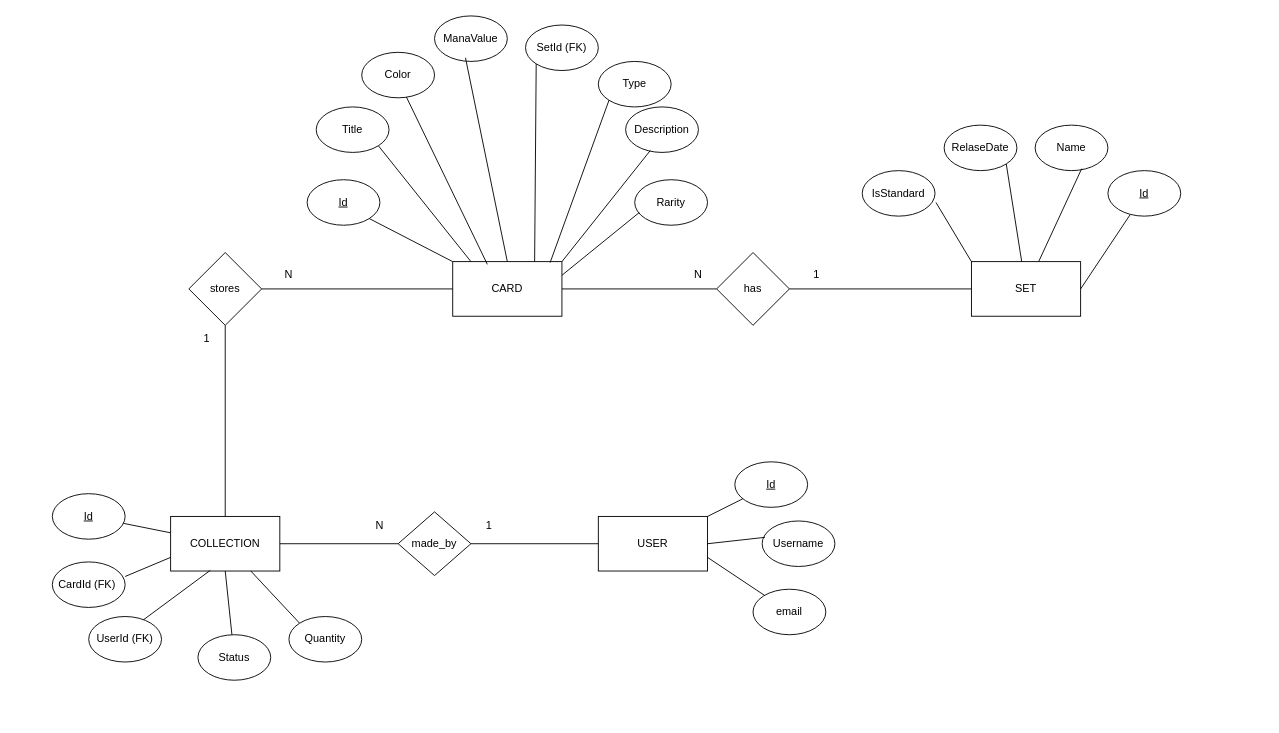
Above: er.drawio in Muurein/projekt-mtg (draw.io), before the change. Source tidied: cells renumbered, new cells numbered last; positions are measured from the earlier drawing's top-left corner, leaving out a move shared by most shapes. Both pictures are drawn from the tidied source at 91%, with x=0, y=0 at pixel (52, 15).
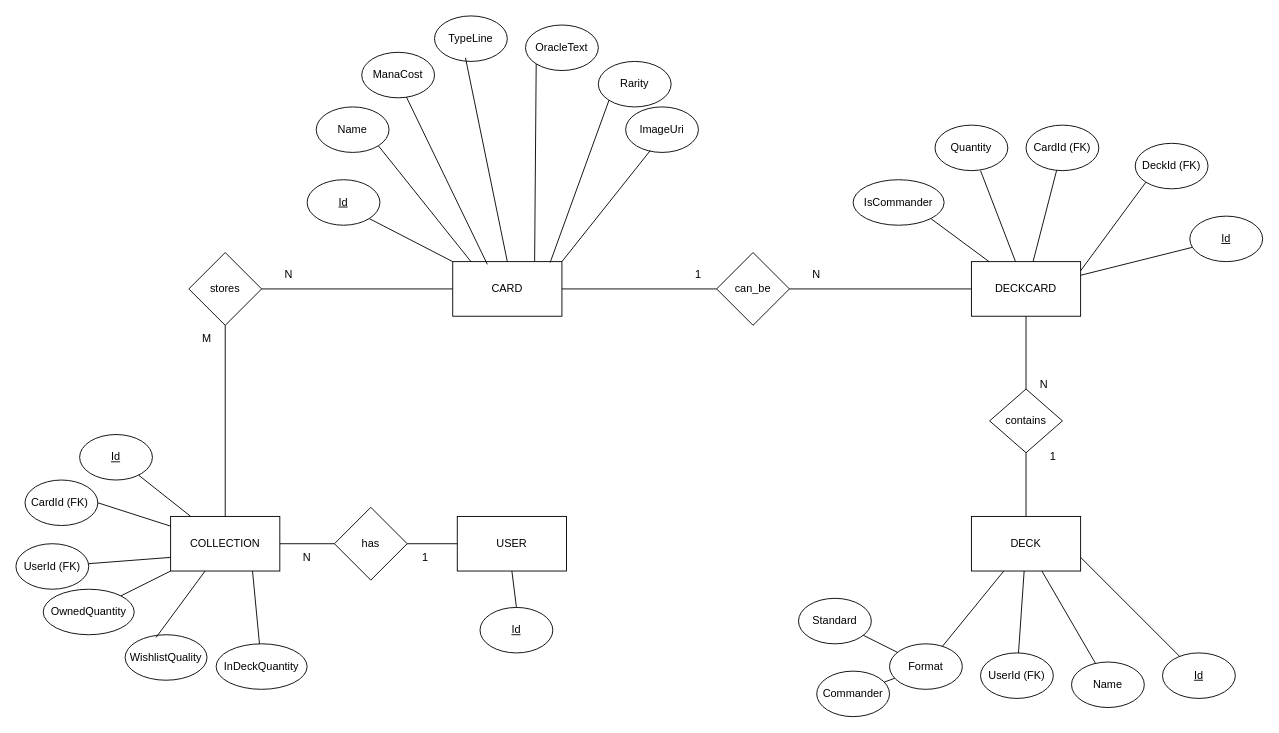
After the change.

Unchanged cells that the change refers to:
```xml
<mxCell id="2" value="CARD" style="rounded=0;whiteSpace=wrap;html=1;" parent="1" vertex="1">
  <mxGeometry x="440" y="270" width="120" height="60" as="geometry" />
</mxCell>
<mxCell id="4" value="COLLECTION" style="rounded=0;whiteSpace=wrap;html=1;" parent="1" vertex="1">
  <mxGeometry x="130" y="550" width="120" height="60" as="geometry" />
</mxCell>
```

The edit, as a diff of the source:
```diff
@@
-    <mxCell id="9" value="1" style="text;html=1;align=center;verticalAlign=middle;whiteSpace=wrap;rounded=0;" parent="1" vertex="1">
+    <mxCell id="9" value="M" style="text;html=1;align=center;verticalAlign=middle;whiteSpace=wrap;rounded=0;" parent="1" vertex="1">
       <mxGeometry x="140" y="340" width="60" height="30" as="geometry" />
     </mxCell>
@@
     <mxCell id="11" value="&lt;u&gt;Id&lt;/u&gt;" style="ellipse;whiteSpace=wrap;html=1;" parent="1" vertex="1">
-      <mxGeometry y="525" width="80" height="50" as="geometry" />
+      <mxGeometry x="30" y="460" width="80" height="50" as="geometry" />
     </mxCell>
-    <mxCell id="12" value="Title" style="ellipse;whiteSpace=wrap;html=1;" parent="1" vertex="1">
+    <mxCell id="12" value="Name" style="ellipse;whiteSpace=wrap;html=1;" parent="1" vertex="1">
       <mxGeometry x="290" y="100" width="80" height="50" as="geometry" />
     </mxCell>
-    <mxCell id="13" value="ManaValue" style="ellipse;whiteSpace=wrap;html=1;" parent="1" vertex="1">
+    <mxCell id="13" value="TypeLine" style="ellipse;whiteSpace=wrap;html=1;" parent="1" vertex="1">
       <mxGeometry x="420" width="80" height="50" as="geometry" />
     </mxCell>
-    <mxCell id="14" value="Color" style="ellipse;whiteSpace=wrap;html=1;" parent="1" vertex="1">
+    <mxCell id="14" value="ManaCost" style="ellipse;whiteSpace=wrap;html=1;" parent="1" vertex="1">
       <mxGeometry x="340" y="40" width="80" height="50" as="geometry" />
     </mxCell>
-    <mxCell id="15" value="SetId (FK)" style="ellipse;whiteSpace=wrap;html=1;" parent="1" vertex="1">
+    <mxCell id="15" value="OracleText" style="ellipse;whiteSpace=wrap;html=1;" parent="1" vertex="1">
       <mxGeometry x="520" y="10" width="80" height="50" as="geometry" />
     </mxCell>
-    <mxCell id="16" value="Description" style="ellipse;whiteSpace=wrap;html=1;" parent="1" vertex="1">
+    <mxCell id="16" value="ImageUri" style="ellipse;whiteSpace=wrap;html=1;" parent="1" vertex="1">
       <mxGeometry x="630" y="100" width="80" height="50" as="geometry" />
     </mxCell>
-    <mxCell id="17" value="Type" style="ellipse;whiteSpace=wrap;html=1;" parent="1" vertex="1">
+    <mxCell id="17" value="Rarity" style="ellipse;whiteSpace=wrap;html=1;" parent="1" vertex="1">
       <mxGeometry x="600" y="50" width="80" height="50" as="geometry" />
     </mxCell>
@@
-    <mxCell id="26" value="Rarity" style="ellipse;whiteSpace=wrap;html=1;" parent="1" vertex="1">
-      <mxGeometry x="640" y="180" width="80" height="50" as="geometry" />
-    </mxCell>
-    <mxCell id="27" style="endArrow=none;html=1;entryX=0.063;entryY=0.72;entryDx=0;entryDy=0;entryPerimeter=0;exitX=1;exitY=0.25;exitDx=0;exitDy=0;" parent="1" edge="1" source="2" target="26">
-      <mxGeometry relative="1" as="geometry" />
-    </mxCell>
-    <mxCell id="28" value="&lt;span style=&quot;color: rgb(0, 0, 0);&quot;&gt;Status&lt;/span&gt;" style="ellipse;whiteSpace=wrap;html=1;" parent="1" vertex="1">
-      <mxGeometry x="160" y="680" width="80" height="50" as="geometry" />
+    <mxCell id="28" value="&lt;span style=&quot;color: rgb(0, 0, 0);&quot;&gt;OwnedQuantity&lt;/span&gt;" style="ellipse;whiteSpace=wrap;html=1;" parent="1" vertex="1">
+      <mxGeometry x="-10" y="630" width="100" height="50" as="geometry" />
     </mxCell>
-    <mxCell id="29" value="&lt;span style=&quot;color: rgb(0, 0, 0);&quot;&gt;Quantity&lt;/span&gt;" style="ellipse;whiteSpace=wrap;html=1;" parent="1" vertex="1">
-      <mxGeometry x="260" y="660" width="80" height="50" as="geometry" />
+    <mxCell id="29" value="&lt;span style=&quot;color: rgb(0, 0, 0);&quot;&gt;WishlistQuality&lt;/span&gt;" style="ellipse;whiteSpace=wrap;html=1;" parent="1" vertex="1">
+      <mxGeometry x="80" y="680" width="90" height="50" as="geometry" />
     </mxCell>
-    <mxCell id="30" value="Name" style="ellipse;whiteSpace=wrap;html=1;" parent="1" vertex="1">
-      <mxGeometry x="1080" y="120" width="80" height="50" as="geometry" />
-    </mxCell>
-    <mxCell id="31" value="RelaseDate" style="ellipse;whiteSpace=wrap;html=1;" parent="1" vertex="1">
-      <mxGeometry x="980" y="120" width="80" height="50" as="geometry" />
-    </mxCell>
-    <mxCell id="32" value="SET" style="rounded=0;whiteSpace=wrap;html=1;" parent="1" vertex="1">
-      <mxGeometry x="1010" y="270" width="120" height="60" as="geometry" />
-    </mxCell>
-    <mxCell id="33" style="endArrow=none;html=1;entryX=0.5;entryY=1;entryDx=0;entryDy=0;" parent="1" edge="1" source="28" target="4">
+    <mxCell id="33" style="endArrow=none;html=1;" parent="1" edge="1" source="28" target="4">
       <mxGeometry relative="1" as="geometry" />
     </mxCell>
-    <mxCell id="34" style="endArrow=none;html=1;exitX=0;exitY=0;exitDx=0;exitDy=0;" parent="1" edge="1" source="29" target="4">
+    <mxCell id="34" style="endArrow=none;html=1;exitX=0.378;exitY=0.06;exitDx=0;exitDy=0;exitPerimeter=0;" parent="1" edge="1" source="29" target="4">
       <mxGeometry relative="1" as="geometry" />
     </mxCell>
-    <mxCell id="35" value="has" style="rhombus;whiteSpace=wrap;html=1;" parent="1" vertex="1">
+    <mxCell id="35" value="can_be" style="rhombus;whiteSpace=wrap;html=1;" parent="1" vertex="1">
       <mxGeometry x="730" y="260" width="80" height="80" as="geometry" />
     </mxCell>
-    <mxCell id="36" style="endArrow=none;html=1;entryX=0;entryY=0.5;entryDx=0;entryDy=0;exitX=1;exitY=0.5;exitDx=0;exitDy=0;" parent="1" edge="1" source="35" target="32">
-      <mxGeometry relative="1" as="geometry" />
+    <mxCell id="36" style="endArrow=none;html=1;entryX=0;entryY=0.5;entryDx=0;entryDy=0;exitX=1;exitY=0.5;exitDx=0;exitDy=0;" parent="1" edge="1" source="35">
+      <mxGeometry relative="1" as="geometry">
+        <mxPoint x="1010" y="300" as="targetPoint" />
+      </mxGeometry>
     </mxCell>
-    <mxCell id="37" style="endArrow=none;html=1;entryX=1;entryY=1;entryDx=0;entryDy=0;" parent="1" edge="1" source="32" target="31">
-      <mxGeometry relative="1" as="geometry" />
-    </mxCell>
-    <mxCell id="38" style="endArrow=none;html=1;entryX=0.64;entryY=0.956;entryDx=0;entryDy=0;entryPerimeter=0;" parent="1" edge="1" source="32" target="30">
-      <mxGeometry relative="1" as="geometry" />
-    </mxCell>
-    <mxCell id="39" value="1" style="text;html=1;align=center;verticalAlign=middle;whiteSpace=wrap;rounded=0;" parent="1" vertex="1">
+    <mxCell id="39" value="N" style="text;html=1;align=center;verticalAlign=middle;whiteSpace=wrap;rounded=0;" parent="1" vertex="1">
       <mxGeometry x="810" y="270" width="60" height="30" as="geometry" />
     </mxCell>
-    <mxCell id="40" value="N" style="text;html=1;align=center;verticalAlign=middle;whiteSpace=wrap;rounded=0;" parent="1" vertex="1">
+    <mxCell id="40" value="1" style="text;html=1;align=center;verticalAlign=middle;whiteSpace=wrap;rounded=0;" parent="1" vertex="1">
       <mxGeometry x="680" y="270" width="60" height="30" as="geometry" />
     </mxCell>
-    <mxCell id="41" style="endArrow=none;html=1;exitX=0.735;exitY=0.092;exitDx=0;exitDy=0;entryX=0.363;entryY=0.988;entryDx=0;entryDy=0;exitPerimeter=0;entryPerimeter=0;" parent="1" edge="1" source="42" target="4">
+    <mxCell id="41" style="endArrow=none;html=1;entryX=0;entryY=0.75;entryDx=0;entryDy=0;" parent="1" edge="1" source="42" target="4">
       <mxGeometry relative="1" as="geometry" />
     </mxCell>
     <mxCell id="42" value="&lt;span style=&quot;color: rgb(0, 0, 0);&quot;&gt;UserId (FK)&lt;/span&gt;" style="ellipse;whiteSpace=wrap;html=1;" parent="1" vertex="1">
-      <mxGeometry x="40" y="660" width="80" height="50" as="geometry" />
+      <mxGeometry x="-40" y="580" width="80" height="50" as="geometry" />
     </mxCell>
-    <mxCell id="43" value="&lt;u&gt;Id&lt;/u&gt;" style="ellipse;whiteSpace=wrap;html=1;" parent="1" vertex="1">
-      <mxGeometry x="1160" y="170" width="80" height="50" as="geometry" />
-    </mxCell>
-    <mxCell id="44" style="endArrow=none;html=1;exitX=1;exitY=0.5;exitDx=0;exitDy=0;" parent="1" edge="1" source="32" target="43">
-      <mxGeometry relative="1" as="geometry" />
-    </mxCell>
-    <mxCell id="45" value="IsStandard" style="ellipse;whiteSpace=wrap;html=1;" parent="1" vertex="1">
-      <mxGeometry x="890" y="170" width="80" height="50" as="geometry" />
-    </mxCell>
-    <mxCell id="46" style="endArrow=none;html=1;entryX=1.013;entryY=0.7;entryDx=0;entryDy=0;entryPerimeter=0;exitX=0;exitY=0;exitDx=0;exitDy=0;" parent="1" edge="1" source="32" target="45">
-      <mxGeometry relative="1" as="geometry" />
-    </mxCell>
-    <mxCell id="47" value="USER" style="rounded=0;whiteSpace=wrap;html=1;" parent="1" vertex="1">
-      <mxGeometry x="600" y="550" width="120" height="60" as="geometry" />
+    <mxCell id="47" value="DECKCARD" style="rounded=0;whiteSpace=wrap;html=1;" parent="1" vertex="1">
+      <mxGeometry x="1010" y="270" width="120" height="60" as="geometry" />
     </mxCell>
-    <mxCell id="48" value="made_by" style="rhombus;whiteSpace=wrap;html=1;" parent="1" vertex="1">
-      <mxGeometry x="380" y="545" width="80" height="70" as="geometry" />
+    <mxCell id="48" value="contains" style="rhombus;whiteSpace=wrap;html=1;" parent="1" vertex="1">
+      <mxGeometry x="1030" y="410" width="80" height="70" as="geometry" />
     </mxCell>
-    <mxCell id="49" style="endArrow=none;html=1;exitX=1;exitY=0.5;exitDx=0;exitDy=0;entryX=0;entryY=0.5;entryDx=0;entryDy=0;" parent="1" edge="1" source="4" target="48">
+    <mxCell id="49" style="endArrow=none;html=1;entryX=0.5;entryY=0;entryDx=0;entryDy=0;" parent="1" edge="1" source="47" target="48">
       <mxGeometry relative="1" as="geometry" />
     </mxCell>
-    <mxCell id="50" style="endArrow=none;html=1;exitX=1;exitY=0.5;exitDx=0;exitDy=0;entryX=0;entryY=0.5;entryDx=0;entryDy=0;" parent="1" edge="1" source="48" target="47">
-      <mxGeometry relative="1" as="geometry" />
-    </mxCell>
     <mxCell id="51" value="1" style="text;html=1;align=center;verticalAlign=middle;whiteSpace=wrap;rounded=0;" parent="1" vertex="1">
-      <mxGeometry x="450" y="545" width="60" height="30" as="geometry" />
+      <mxGeometry x="1070" y="470" width="60" height="30" as="geometry" />
     </mxCell>
     <mxCell id="52" value="N" style="text;html=1;align=center;verticalAlign=middle;whiteSpace=wrap;rounded=0;" parent="1" vertex="1">
-      <mxGeometry x="330" y="545" width="60" height="30" as="geometry" />
+      <mxGeometry x="1060" y="390" width="60" height="30" as="geometry" />
     </mxCell>
     <mxCell id="53" value="&lt;u&gt;Id&lt;/u&gt;" style="ellipse;whiteSpace=wrap;html=1;" parent="1" vertex="1">
-      <mxGeometry x="750" y="490" width="80" height="50" as="geometry" />
+      <mxGeometry x="1250" y="220" width="80" height="50" as="geometry" />
     </mxCell>
-    <mxCell id="54" value="&lt;span style=&quot;color: rgb(0, 0, 0);&quot;&gt;Username&lt;/span&gt;" style="ellipse;whiteSpace=wrap;html=1;" parent="1" vertex="1">
-      <mxGeometry x="780" y="555" width="80" height="50" as="geometry" />
+    <mxCell id="54" value="&lt;span style=&quot;color: rgb(0, 0, 0);&quot;&gt;DeckId (FK)&lt;/span&gt;" style="ellipse;whiteSpace=wrap;html=1;" parent="1" vertex="1">
+      <mxGeometry x="1190" y="140" width="80" height="50" as="geometry" />
     </mxCell>
-    <mxCell id="55" value="&lt;span style=&quot;color: rgb(0, 0, 0);&quot;&gt;email&lt;/span&gt;" style="ellipse;whiteSpace=wrap;html=1;" parent="1" vertex="1">
-      <mxGeometry x="770" y="630" width="80" height="50" as="geometry" />
+    <mxCell id="55" value="CardId (FK)" style="ellipse;whiteSpace=wrap;html=1;" parent="1" vertex="1">
+      <mxGeometry x="1070" y="120" width="80" height="50" as="geometry" />
     </mxCell>
@@
-    <mxCell id="57" style="endArrow=none;html=1;exitX=1;exitY=0.5;exitDx=0;exitDy=0;entryX=0.038;entryY=0.36;entryDx=0;entryDy=0;entryPerimeter=0;" parent="1" edge="1" source="47" target="54">
-      <mxGeometry relative="1" as="geometry" />
+    <mxCell id="57" style="endArrow=none;html=1;entryX=0;entryY=1;entryDx=0;entryDy=0;" parent="1" edge="1" target="54">
+      <mxGeometry relative="1" as="geometry">
+        <mxPoint x="1130" y="280" as="sourcePoint" />
+      </mxGeometry>
     </mxCell>
-    <mxCell id="58" style="endArrow=none;html=1;exitX=1;exitY=0.75;exitDx=0;exitDy=0;" parent="1" edge="1" source="47" target="55">
+    <mxCell id="58" style="endArrow=none;html=1;" parent="1" edge="1" source="47" target="55">
       <mxGeometry relative="1" as="geometry" />
     </mxCell>
     <mxCell id="59" value="&lt;span style=&quot;color: rgb(0, 0, 0);&quot;&gt;CardId (FK)&amp;nbsp;&lt;/span&gt;" style="ellipse;whiteSpace=wrap;html=1;" parent="1" vertex="1">
-      <mxGeometry y="600" width="80" height="50" as="geometry" />
+      <mxGeometry x="-30" y="510" width="80" height="50" as="geometry" />
     </mxCell>
-    <mxCell id="60" style="endArrow=none;html=1;entryX=1;entryY=0.32;entryDx=0;entryDy=0;entryPerimeter=0;exitX=0;exitY=0.75;exitDx=0;exitDy=0;" parent="1" edge="1" source="4" target="59">
+    <mxCell id="60" style="endArrow=none;html=1;entryX=1;entryY=0.5;entryDx=0;entryDy=0;entryPerimeter=0;" parent="1" edge="1" source="4" target="59">
       <mxGeometry relative="1" as="geometry" />
     </mxCell>
+    <mxCell id="61" value="&lt;span style=&quot;color: rgb(0, 0, 0);&quot;&gt;InDeckQuantity&lt;/span&gt;" style="ellipse;whiteSpace=wrap;html=1;" parent="1" vertex="1">
+      <mxGeometry x="180" y="690" width="100" height="50" as="geometry" />
+    </mxCell>
+    <mxCell id="62" style="endArrow=none;html=1;" parent="1" edge="1" target="61">
+      <mxGeometry relative="1" as="geometry">
+        <mxPoint x="220" y="610" as="sourcePoint" />
+      </mxGeometry>
+    </mxCell>
+    <mxCell id="63" value="Quantity" style="ellipse;whiteSpace=wrap;html=1;" parent="1" vertex="1">
+      <mxGeometry x="970" y="120" width="80" height="50" as="geometry" />
+    </mxCell>
+    <mxCell id="64" value="IsCommander" style="ellipse;whiteSpace=wrap;html=1;" parent="1" vertex="1">
+      <mxGeometry x="880" y="180" width="100" height="50" as="geometry" />
+    </mxCell>
+    <mxCell id="65" style="endArrow=none;html=1;entryX=0.625;entryY=1;entryDx=0;entryDy=0;entryPerimeter=0;" parent="1" edge="1" source="47" target="63">
+      <mxGeometry relative="1" as="geometry" />
+    </mxCell>
+    <mxCell id="66" style="endArrow=none;html=1;exitX=1;exitY=1;exitDx=0;exitDy=0;" parent="1" edge="1" source="64" target="47">
+      <mxGeometry relative="1" as="geometry" />
+    </mxCell>
+    <mxCell id="30" value="Name" style="ellipse;whiteSpace=wrap;html=1;" parent="1" vertex="1">
+      <mxGeometry x="1120" y="710" width="80" height="50" as="geometry" />
+    </mxCell>
+    <mxCell id="67" value="UserId (FK)" style="ellipse;whiteSpace=wrap;html=1;" parent="1" vertex="1">
+      <mxGeometry x="1020" y="700" width="80" height="50" as="geometry" />
+    </mxCell>
+    <mxCell id="68" value="DECK" style="rounded=0;whiteSpace=wrap;html=1;" parent="1" vertex="1">
+      <mxGeometry x="1010" y="550" width="120" height="60" as="geometry" />
+    </mxCell>
+    <mxCell id="69" style="endArrow=none;html=1;" parent="1" edge="1" source="68" target="67">
+      <mxGeometry relative="1" as="geometry" />
+    </mxCell>
+    <mxCell id="70" style="endArrow=none;html=1;" parent="1" edge="1" source="68" target="30">
+      <mxGeometry relative="1" as="geometry" />
+    </mxCell>
+    <mxCell id="71" value="&lt;u&gt;Id&lt;/u&gt;" style="ellipse;whiteSpace=wrap;html=1;" parent="1" vertex="1">
+      <mxGeometry x="1220" y="700" width="80" height="50" as="geometry" />
+    </mxCell>
+    <mxCell id="72" style="endArrow=none;html=1;exitX=1;exitY=0.75;exitDx=0;exitDy=0;" parent="1" edge="1" source="68" target="71">
+      <mxGeometry relative="1" as="geometry" />
+    </mxCell>
+    <mxCell id="73" value="Format" style="ellipse;whiteSpace=wrap;html=1;" parent="1" vertex="1">
+      <mxGeometry x="920" y="690" width="80" height="50" as="geometry" />
+    </mxCell>
+    <mxCell id="74" style="endArrow=none;html=1;" parent="1" edge="1" source="68" target="73">
+      <mxGeometry relative="1" as="geometry" />
+    </mxCell>
+    <mxCell id="75" value="Commander" style="ellipse;whiteSpace=wrap;html=1;" parent="1" vertex="1">
+      <mxGeometry x="840" y="720" width="80" height="50" as="geometry" />
+    </mxCell>
+    <mxCell id="76" value="Standard" style="ellipse;whiteSpace=wrap;html=1;" parent="1" vertex="1">
+      <mxGeometry x="820" y="640" width="80" height="50" as="geometry" />
+    </mxCell>
+    <mxCell id="77" style="endArrow=none;html=1;" parent="1" edge="1" source="75" target="73">
+      <mxGeometry relative="1" as="geometry" />
+    </mxCell>
+    <mxCell id="78" style="endArrow=none;html=1;" parent="1" edge="1" source="73" target="76">
+      <mxGeometry relative="1" as="geometry" />
+    </mxCell>
+    <mxCell id="79" style="endArrow=none;html=1;" parent="1" edge="1" source="48" target="68">
+      <mxGeometry relative="1" as="geometry" />
+    </mxCell>
+    <mxCell id="80" value="USER" style="rounded=0;whiteSpace=wrap;html=1;" parent="1" vertex="1">
+      <mxGeometry x="445" y="550" width="120" height="60" as="geometry" />
+    </mxCell>
+    <mxCell id="81" value="has" style="rhombus;whiteSpace=wrap;html=1;" parent="1" vertex="1">
+      <mxGeometry x="310" y="540" width="80" height="80" as="geometry" />
+    </mxCell>
+    <mxCell id="82" style="endArrow=none;html=1;exitX=1;exitY=0.5;exitDx=0;exitDy=0;entryX=0;entryY=0.5;entryDx=0;entryDy=0;" parent="1" edge="1" source="4" target="81">
+      <mxGeometry relative="1" as="geometry" />
+    </mxCell>
+    <mxCell id="83" style="endArrow=none;html=1;exitX=1;exitY=0.5;exitDx=0;exitDy=0;" parent="1" edge="1" source="81" target="80">
+      <mxGeometry relative="1" as="geometry" />
+    </mxCell>
+    <mxCell id="84" value="&lt;u&gt;Id&lt;/u&gt;" style="ellipse;whiteSpace=wrap;html=1;" parent="1" vertex="1">
+      <mxGeometry x="470" y="650" width="80" height="50" as="geometry" />
+    </mxCell>
+    <mxCell id="85" style="endArrow=none;html=1;exitX=0.5;exitY=0;exitDx=0;exitDy=0;entryX=0.5;entryY=1;entryDx=0;entryDy=0;" parent="1" edge="1" source="84" target="80">
+      <mxGeometry relative="1" as="geometry" />
+    </mxCell>
+    <mxCell id="86" value="1" style="text;html=1;align=center;verticalAlign=middle;whiteSpace=wrap;rounded=0;" parent="1" vertex="1">
+      <mxGeometry x="380" y="580" width="60" height="30" as="geometry" />
+    </mxCell>
+    <mxCell id="87" value="N" style="text;html=1;align=center;verticalAlign=middle;whiteSpace=wrap;rounded=0;" parent="1" vertex="1">
+      <mxGeometry x="250" y="580" width="60" height="30" as="geometry" />
+    </mxCell>
```
